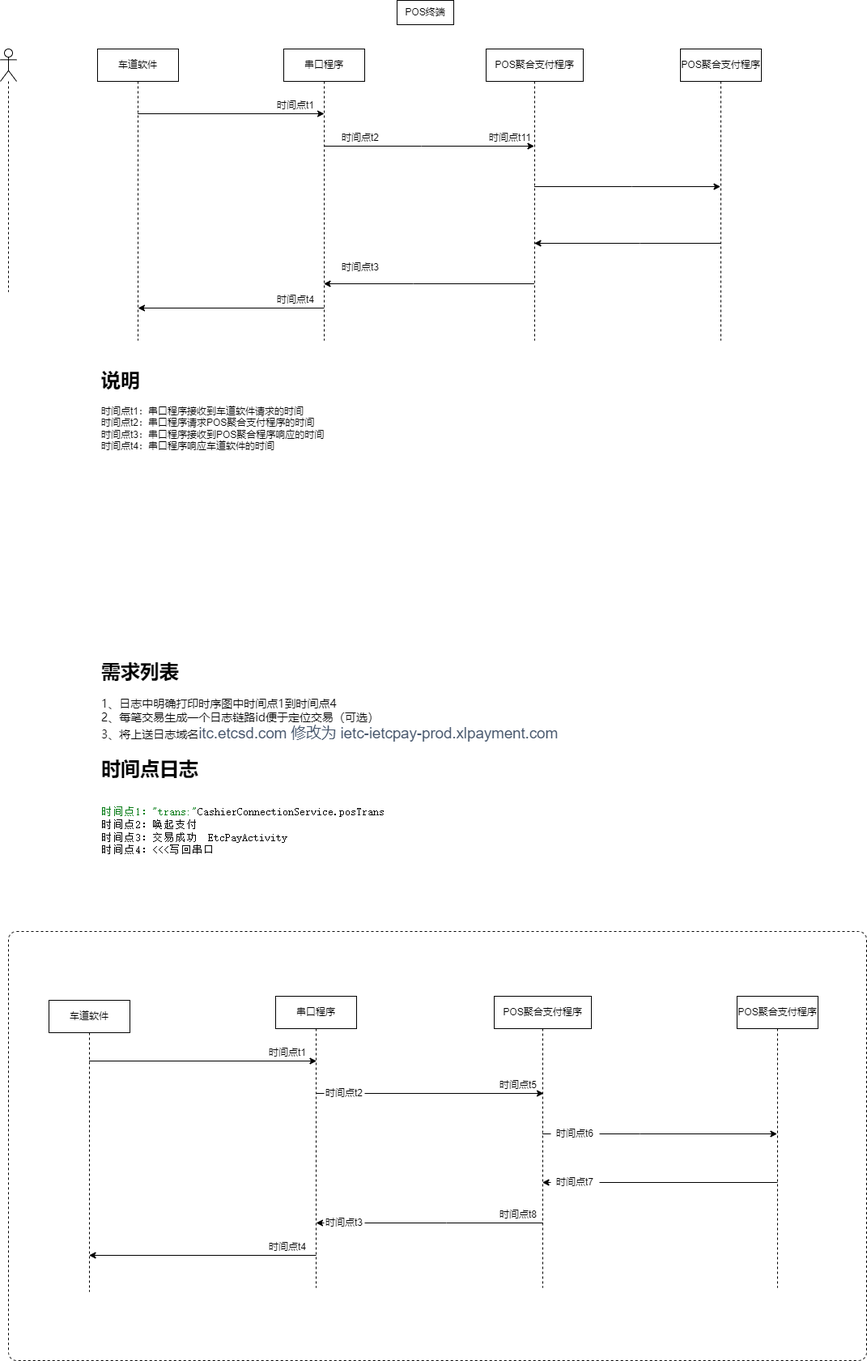
The draw.io diagram 无感支付1.png in songyibo2019/mydiagrams, before a commit. Source tidied: cells renumbered, new cells last; positions are measured from the earlier drawing's top-left corner, leaving out a move shared by most shapes.
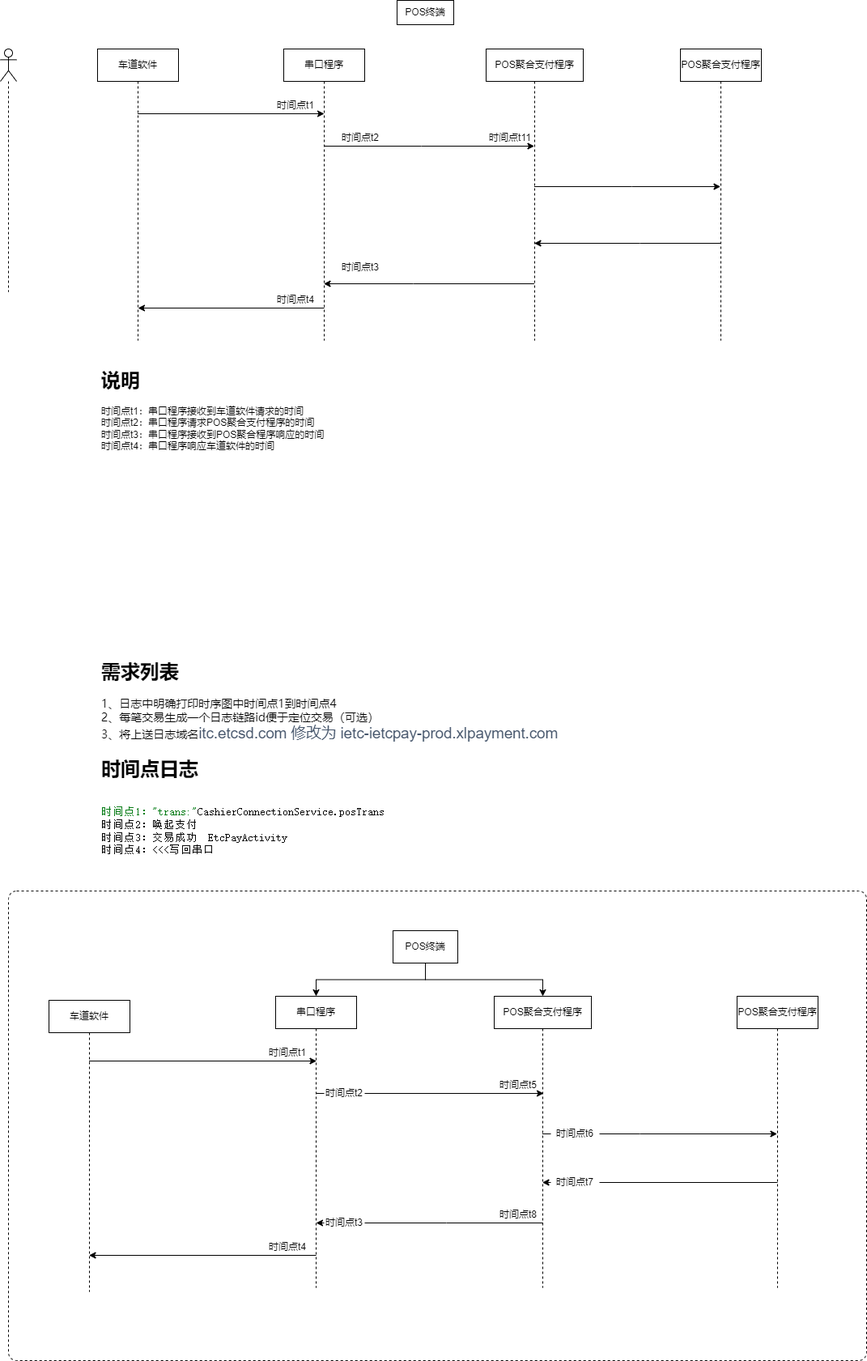
Above is the later version.

Change to the diagram source:
```diff
@@ -87,7 +87,7 @@
       <mxGeometry x="490" width="70" height="30" as="geometry" />
     </mxCell>
     <mxCell id="22" style="html=1;align=center;verticalAlign=top;rounded=1;absoluteArcSize=1;arcSize=20;dashed=1;" parent="1" vertex="1">
-      <mxGeometry x="10" y="1150" width="1060" height="530" as="geometry" />
+      <mxGeometry x="10" y="1100" width="1060" height="580" as="geometry" />
     </mxCell>
     <mxCell id="23" value="串口程序" style="shape=umlLifeline;perimeter=lifelinePerimeter;whiteSpace=wrap;html=1;" parent="1" vertex="1">
       <mxGeometry x="340" y="1230" width="100" height="360" as="geometry" />
@@ -184,5 +184,18 @@
     <mxCell id="44" value="时间点t8" style="text;html=1;strokeColor=none;fillColor=none;align=center;verticalAlign=middle;whiteSpace=wrap;rounded=0;" parent="1" vertex="1">
       <mxGeometry x="610" y="1490" width="60" height="20" as="geometry" />
     </mxCell>
+    <mxCell id="45" style="edgeStyle=orthogonalEdgeStyle;rounded=0;jettySize=auto;html=1;exitX=0.5;exitY=1;exitDx=0;exitDy=0;" parent="1" edge="1" source="47">
+      <mxGeometry relative="1" as="geometry">
+        <mxPoint x="390" y="1230" as="targetPoint" />
+      </mxGeometry>
+    </mxCell>
+    <mxCell id="46" style="edgeStyle=orthogonalEdgeStyle;rounded=0;jettySize=auto;html=1;exitX=0.5;exitY=1;exitDx=0;exitDy=0;" parent="1" edge="1" source="47">
+      <mxGeometry relative="1" as="geometry">
+        <mxPoint x="670" y="1230" as="targetPoint" />
+      </mxGeometry>
+    </mxCell>
+    <mxCell id="47" value="POS终端" style="rounded=0;whiteSpace=wrap;html=1;" parent="1" vertex="1">
+      <mxGeometry x="485" y="1149" width="80" height="40" as="geometry" />
+    </mxCell>
   </root>
 </mxGraphModel>
```
